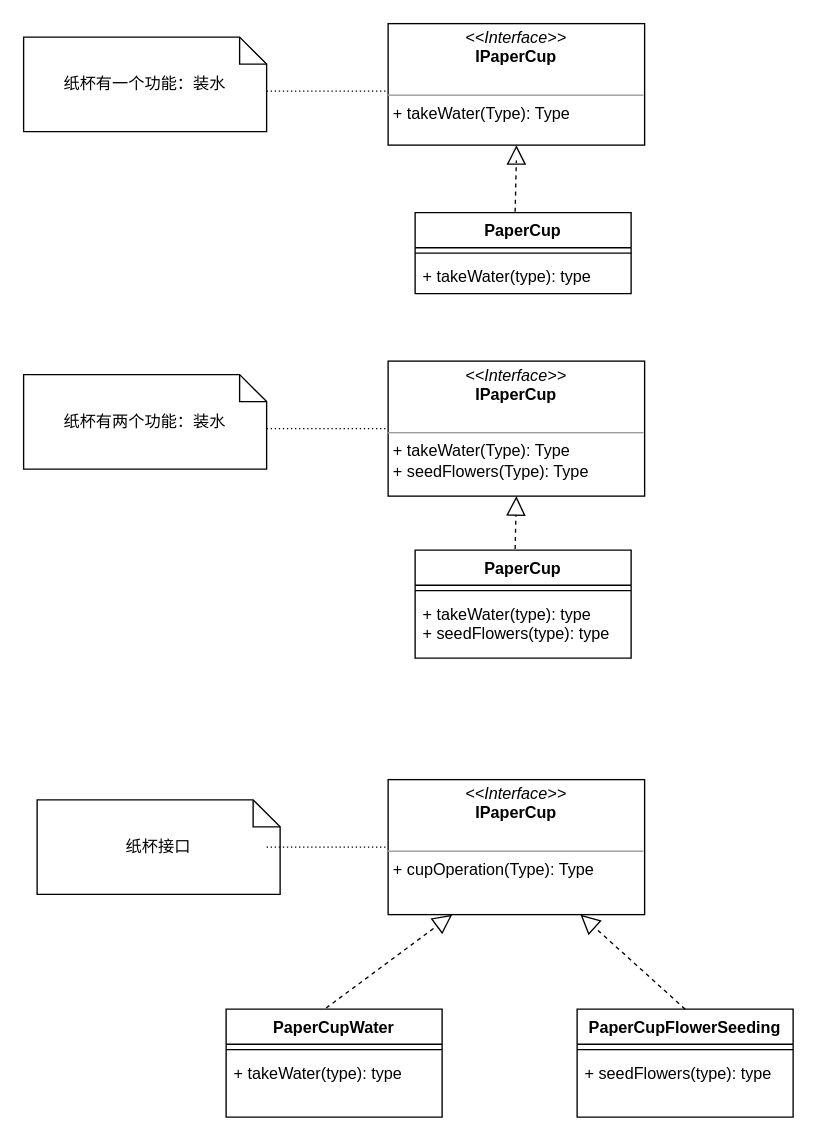
Before: openClose.drawio in liuyu666/diagrams, a draw.io diagram. Source tidied: cells renumbered, new cells numbered last; positions are measured from the earlier drawing's top-left corner, leaving out a move shared by most shapes. Both pictures are drawn from the tidied source at 135%, with x=0, y=0 at pixel (23, 23).
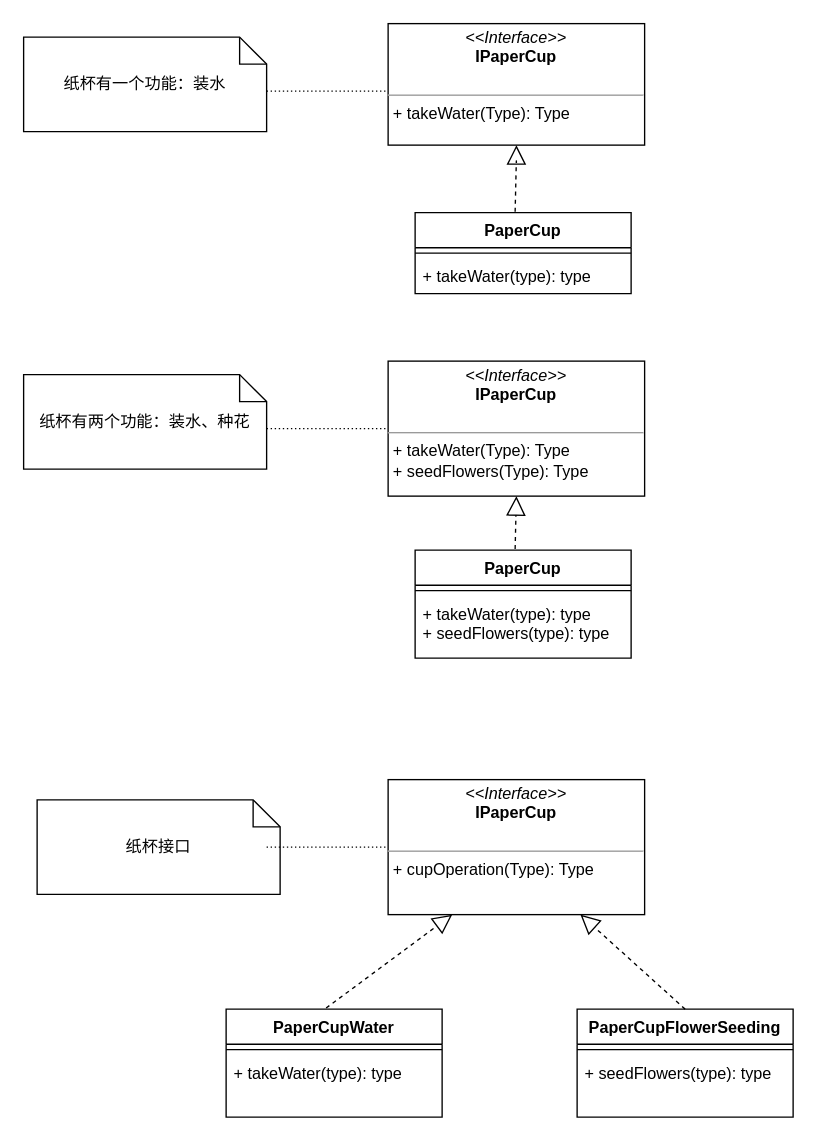
The same diagram, later.

What changed in the source:
```diff
@@
-    <mxCell id="11" value="纸杯有两个功能：装水" style="shape=note;size=20;whiteSpace=wrap;html=1;" parent="1" vertex="1">
+    <mxCell id="11" value="纸杯有两个功能：装水、种花" style="shape=note;size=20;whiteSpace=wrap;html=1;" parent="1" vertex="1">
       <mxGeometry y="260" width="180" height="70" as="geometry" />
     </mxCell>
```
